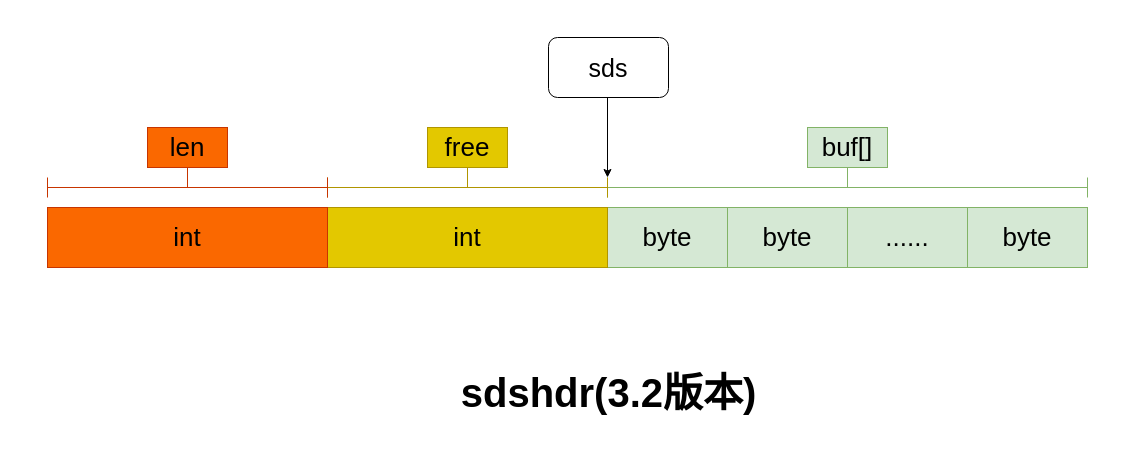
smilerfu/MarkDown keeps this draw.io diagram as page "sdshdr" (1 of 4) of Redis/diagrams/string.drawio. Above is the earlier version. Source tidied: cells renumbered, new cells numbered last; positions are measured from the earlier drawing's top-left corner, leaving out a move shared by most shapes. Both pictures are drawn from the tidied source at 100%, with x=0, y=0 at pixel (47, 37).
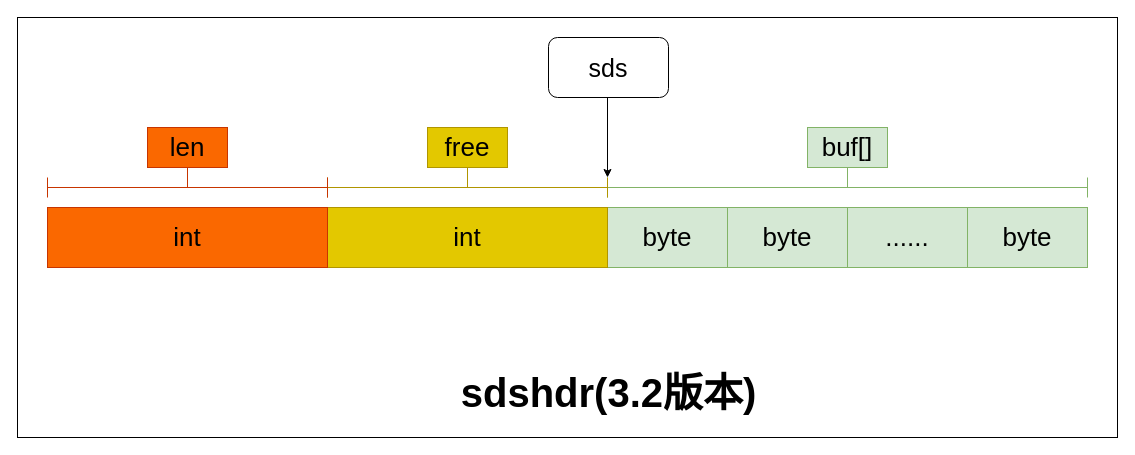
The same diagram, later.

The edit, as a diff of the source:
```diff
@@
+    <mxCell id="20" style="rounded=0;whiteSpace=wrap;html=1;" parent="1" vertex="1">
+      <mxGeometry x="-30" y="-20" width="1100" height="420" as="geometry" />
+    </mxCell>
```
